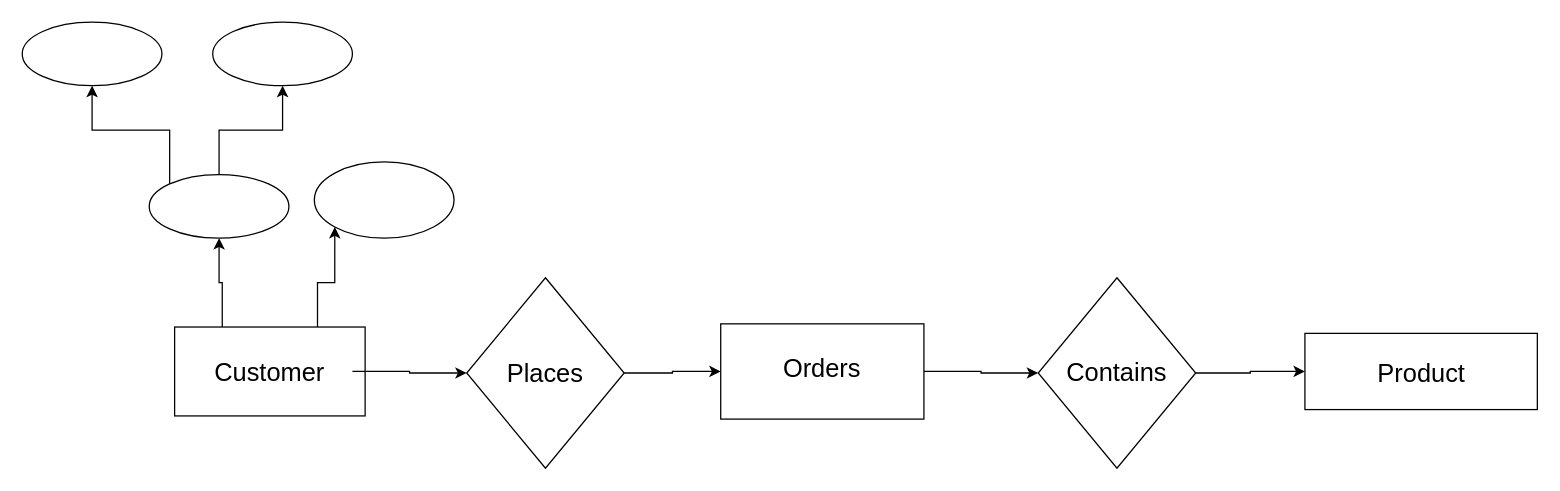
This is Untitled Diagram.drawio from riwajghimire/Python_Learning, a draw.io file, before an edit. Source tidied: cells renumbered, new cells numbered last; positions are measured from the earlier drawing's top-left corner, leaving out a move shared by most shapes. Both pictures are drawn from the tidied source at 127%, with x=0, y=0 at pixel (22, 22).
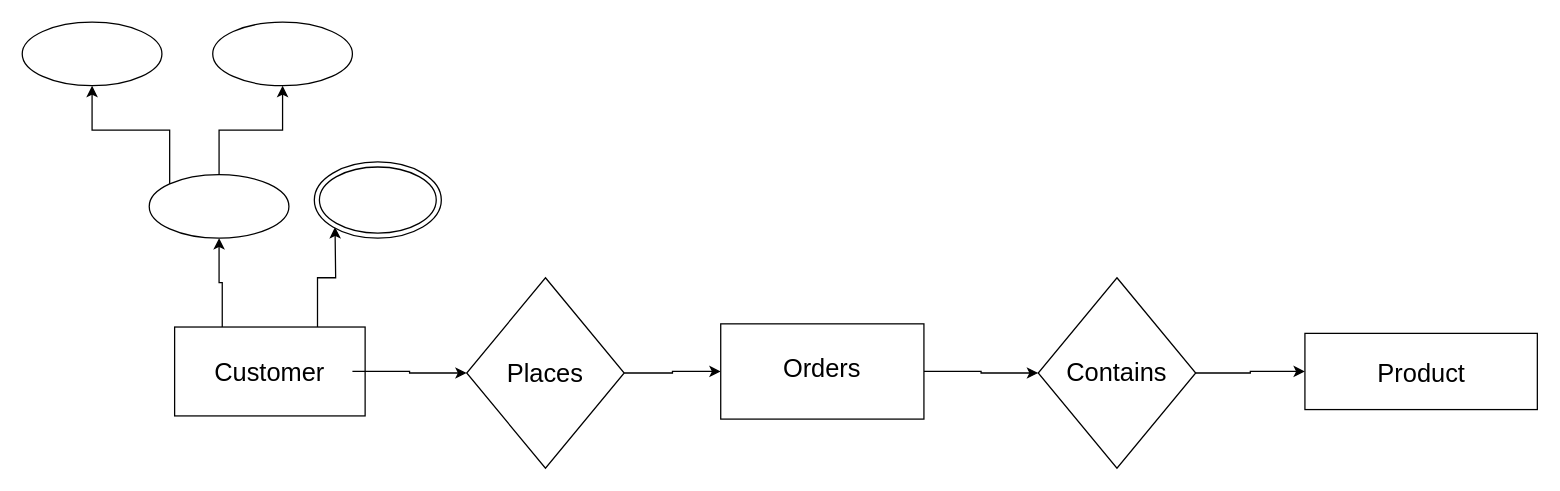
The same page after the edit.

The change refers to these unchanged cells:
```xml
<mxCell id="4" style="rounded=0;whiteSpace=wrap;html=1;" parent="1" vertex="1">
  <mxGeometry x="120" y="240" width="150" height="70" as="geometry" />
</mxCell>
```

Change to the diagram source:
```diff
@@
-    <mxCell id="3" style="edgeStyle=orthogonalEdgeStyle;rounded=0;jettySize=auto;html=1;exitX=0.75;exitY=0;exitDx=0;exitDy=0;entryX=0;entryY=1;entryDx=0;entryDy=0;" parent="1" edge="1" source="4" target="21">
-      <mxGeometry relative="1" as="geometry" />
+    <mxCell id="3" style="edgeStyle=orthogonalEdgeStyle;rounded=0;jettySize=auto;html=1;exitX=0.75;exitY=0;exitDx=0;exitDy=0;entryX=0;entryY=1;entryDx=0;entryDy=0;" parent="1" edge="1" source="4">
+      <mxGeometry relative="1" as="geometry">
+        <mxPoint x="246.3" y="161.3" as="targetPoint" />
+      </mxGeometry>
     </mxCell>
@@
-    <mxCell id="21" style="ellipse;whiteSpace=wrap;html=1;" parent="1" vertex="1">
-      <mxGeometry x="230" y="110" width="110" height="60" as="geometry" />
-    </mxCell>
@@
+    <mxCell id="24" style="ellipse;shape=doubleEllipse;whiteSpace=wrap;html=1;" parent="1" vertex="1">
+      <mxGeometry x="230" y="110" width="100" height="60" as="geometry" />
+    </mxCell>
```
